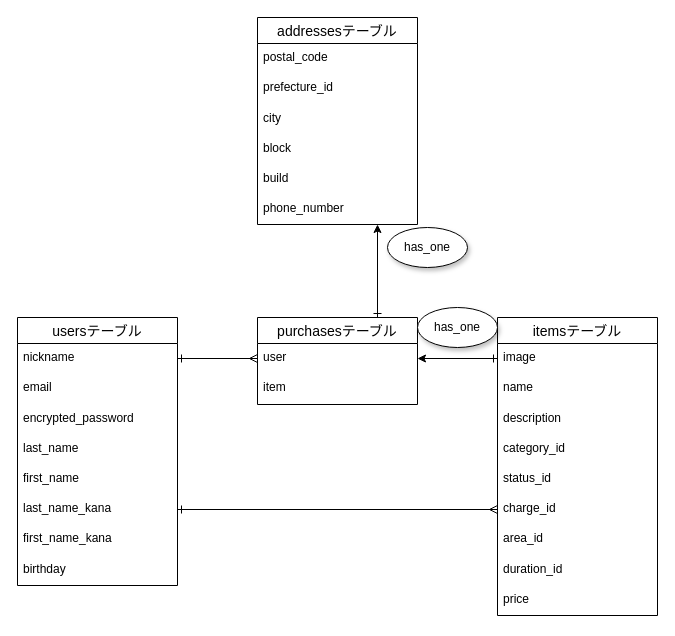
This is ERdiagram.dio from junkikodama/furima-35850, a draw.io file, before an edit. Source tidied: cells renumbered, new cells numbered last; positions are measured from the earlier drawing's top-left corner, leaving out a move shared by most shapes. Both pictures are drawn from the tidied source at 100%, with x=0, y=0 at pixel (17, 17).
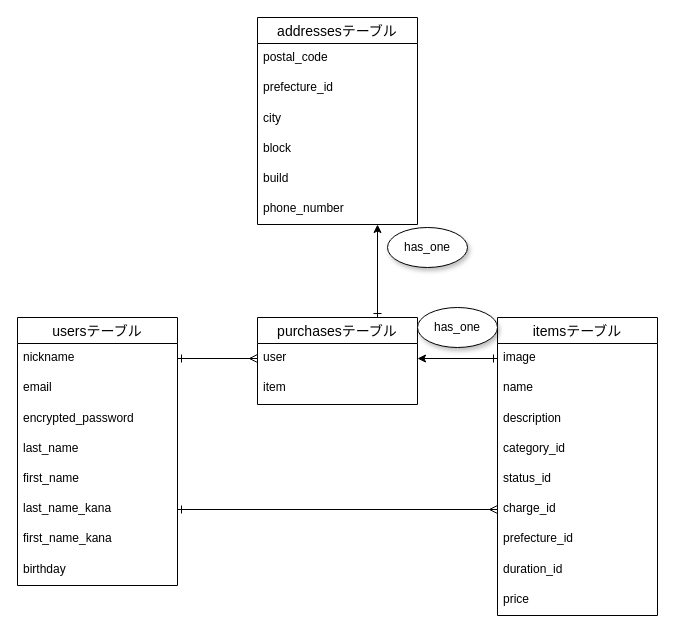
After the change.

Commit message (it also covers changes not shown here):
ER図、README修正2回目

Unchanged cells that the change refers to:
```xml
<mxCell id="15" value="itemsテーブル" style="swimlane;fontStyle=0;horizontal=1;startSize=26;align=center;fontSize=14;" parent="1" vertex="1">
  <mxGeometry x="480" y="300" width="160" height="298" as="geometry" />
</mxCell>
```

What changed in the source:
```diff
@@
-    <mxCell id="22" value="area_id" style="text;strokeColor=none;fillColor=none;spacingLeft=4;spacingRight=4;overflow=hidden;fontSize=12;" parent="15" vertex="1">
+    <mxCell id="22" value="prefecture_id" style="text;strokeColor=none;fillColor=none;spacingLeft=4;spacingRight=4;overflow=hidden;fontSize=12;" parent="15" vertex="1">
       <mxGeometry y="207" width="160" height="31" as="geometry" />
     </mxCell>
```
